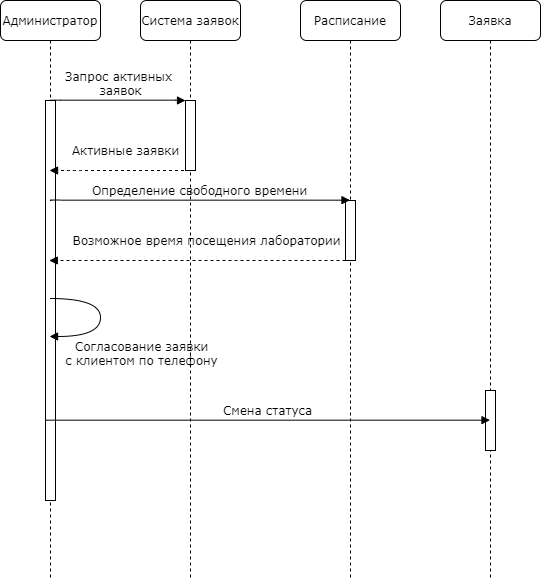
This is Process2.png from mariarheon/LaboratoryService, a draw.io export, as it was before one commit. Source tidied: cells renumbered, new cells last; positions are measured from the earlier drawing's top-left corner, leaving out a move shared by most shapes.
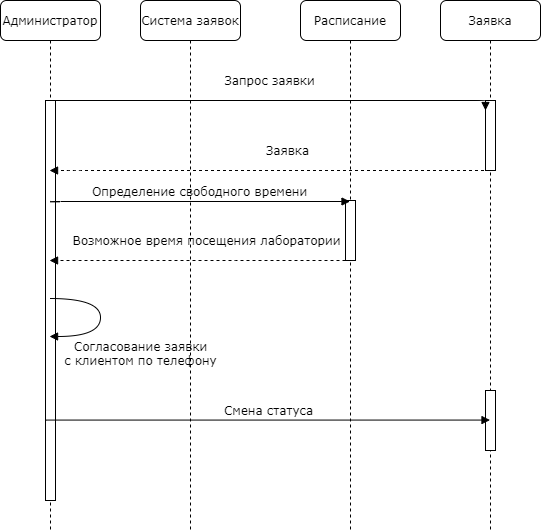
Above is the later version.

What changed in the source:
```diff
@@ -3,30 +3,33 @@
     <mxCell id="0" />
     <mxCell id="1" parent="0" />
     <mxCell id="2" value="Система заявок" style="shape=umlLifeline;perimeter=lifelinePerimeter;whiteSpace=wrap;html=1;outlineConnect=0;rounded=1;shadow=0;comic=0;labelBackgroundColor=none;strokeWidth=1;fontFamily=Verdana;fontSize=12;align=center;" parent="1" vertex="1">
-      <mxGeometry x="140" width="100" height="580" as="geometry" />
+      <mxGeometry x="140" width="100" height="530" as="geometry" />
     </mxCell>
-    <mxCell id="3" style="html=1;points=[];perimeter=orthogonalPerimeter;rounded=0;shadow=0;comic=0;labelBackgroundColor=none;strokeColor=#000000;strokeWidth=1;fillColor=#FFFFFF;fontFamily=Verdana;fontSize=12;fontColor=#000000;align=center;" parent="2" vertex="1">
-      <mxGeometry x="45" y="100" width="10" height="70" as="geometry" />
+    <mxCell id="3" value="Расписание" style="shape=umlLifeline;perimeter=lifelinePerimeter;whiteSpace=wrap;html=1;outlineConnect=0;rounded=1;shadow=0;comic=0;labelBackgroundColor=none;strokeWidth=1;fontFamily=Verdana;fontSize=12;align=center;" parent="1" vertex="1">
+      <mxGeometry x="300" width="100" height="530" as="geometry" />
     </mxCell>
-    <mxCell id="4" value="Расписание" style="shape=umlLifeline;perimeter=lifelinePerimeter;whiteSpace=wrap;html=1;outlineConnect=0;rounded=1;shadow=0;comic=0;labelBackgroundColor=none;strokeWidth=1;fontFamily=Verdana;fontSize=12;align=center;" parent="1" vertex="1">
-      <mxGeometry x="300" width="100" height="580" as="geometry" />
+    <mxCell id="4" value="Заявка" style="shape=umlLifeline;perimeter=lifelinePerimeter;whiteSpace=wrap;html=1;outlineConnect=0;rounded=1;shadow=0;comic=0;labelBackgroundColor=none;strokeWidth=1;fontFamily=Verdana;fontSize=12;align=center;" parent="1" vertex="1">
+      <mxGeometry x="440" width="100" height="530" as="geometry" />
     </mxCell>
-    <mxCell id="5" value="Заявка" style="shape=umlLifeline;perimeter=lifelinePerimeter;whiteSpace=wrap;html=1;outlineConnect=0;rounded=1;shadow=0;comic=0;labelBackgroundColor=none;strokeWidth=1;fontFamily=Verdana;fontSize=12;align=center;" parent="1" vertex="1">
-      <mxGeometry x="440" width="100" height="580" as="geometry" />
+    <mxCell id="5" style="html=1;points=[];perimeter=orthogonalPerimeter;rounded=0;shadow=0;comic=0;labelBackgroundColor=none;strokeColor=#000000;strokeWidth=1;fillColor=#FFFFFF;fontFamily=Verdana;fontSize=12;fontColor=#000000;align=center;" parent="4" vertex="1">
+      <mxGeometry x="45" y="390" width="10" height="60" as="geometry" />
     </mxCell>
-    <mxCell id="6" style="html=1;perimeter=orthogonalPerimeter;rounded=0;shadow=0;comic=0;labelBackgroundColor=none;strokeColor=#000000;strokeWidth=1;fillColor=#FFFFFF;fontFamily=Verdana;fontSize=12;fontColor=#000000;align=center;" parent="5" vertex="1">
-      <mxGeometry x="45" y="390" width="10" height="60" as="geometry" />
+    <mxCell id="6" style="html=1;perimeter=orthogonalPerimeter;rounded=0;shadow=0;comic=0;labelBackgroundColor=none;strokeColor=#000000;strokeWidth=1;fillColor=#FFFFFF;fontFamily=Verdana;fontSize=12;fontColor=#000000;align=center;" parent="4" vertex="1">
+      <mxGeometry x="45" y="100" width="10" height="70" as="geometry" />
     </mxCell>
-    <mxCell id="7" value="Администратор" style="shape=umlLifeline;perimeter=lifelinePerimeter;whiteSpace=wrap;html=1;outlineConnect=0;rounded=1;shadow=0;comic=0;labelBackgroundColor=none;strokeWidth=1;fontFamily=Verdana;fontSize=12;align=center;" parent="1" vertex="1">
-      <mxGeometry width="100" height="580" as="geometry" />
+    <mxCell id="7" value="Запрос заявки" style="html=1;verticalAlign=bottom;endArrow=block;entryX=0;entryY=0;labelBackgroundColor=none;fontFamily=Verdana;fontSize=12;edgeStyle=elbowEdgeStyle;elbow=vertical;" parent="4" edge="1" source="8">
+      <mxGeometry x="-0.01" y="10" relative="1" as="geometry">
+        <mxPoint x="45" y="110" as="targetPoint" />
+        <Array as="points">
+          <mxPoint x="10" y="100" />
+        </Array>
+      </mxGeometry>
     </mxCell>
-    <mxCell id="8" style="html=1;points=[];perimeter=orthogonalPerimeter;rounded=0;shadow=0;comic=0;labelBackgroundColor=none;strokeWidth=1;fontFamily=Verdana;fontSize=12;align=center;" parent="7" vertex="1">
-      <mxGeometry x="45" y="100" width="10" height="400" as="geometry" />
+    <mxCell id="8" value="Администратор" style="shape=umlLifeline;perimeter=lifelinePerimeter;whiteSpace=wrap;html=1;outlineConnect=0;rounded=1;shadow=0;comic=0;labelBackgroundColor=none;strokeWidth=1;fontFamily=Verdana;fontSize=12;align=center;" parent="1" vertex="1">
+      <mxGeometry width="100" height="530" as="geometry" />
     </mxCell>
-    <mxCell id="9" value="Запрос активных&lt;br&gt;&amp;nbsp;заявок" style="html=1;verticalAlign=bottom;endArrow=block;entryX=0;entryY=0;labelBackgroundColor=none;fontFamily=Verdana;fontSize=12;edgeStyle=elbowEdgeStyle;elbow=vertical;" parent="1" edge="1" source="8">
-      <mxGeometry relative="1" as="geometry">
-        <mxPoint x="185" y="100" as="targetPoint" />
-      </mxGeometry>
+    <mxCell id="9" style="html=1;perimeter=orthogonalPerimeter;rounded=0;shadow=0;comic=0;labelBackgroundColor=none;strokeWidth=1;fontFamily=Verdana;fontSize=12;align=center;" parent="8" vertex="1">
+      <mxGeometry x="45" y="100" width="10" height="400" as="geometry" />
     </mxCell>
     <mxCell id="10" value="Согласование заявки&lt;br&gt;с клиентом по телефону" style="html=1;verticalAlign=bottom;endArrow=block;labelBackgroundColor=none;fontFamily=Verdana;fontSize=12;elbow=vertical;edgeStyle=orthogonalEdgeStyle;curved=1;" parent="1" edge="1">
       <mxGeometry x="0.27" y="52" relative="1" as="geometry">
@@ -39,7 +42,7 @@
         <mxPoint x="40" y="-18" as="offset" />
       </mxGeometry>
     </mxCell>
-    <mxCell id="11" value="Активные заявки&lt;br&gt;" style="html=1;verticalAlign=bottom;endArrow=block;labelBackgroundColor=none;fontFamily=Verdana;fontSize=12;edgeStyle=elbowEdgeStyle;dashed=1;elbow=vertical;" parent="1" edge="1" source="2">
+    <mxCell id="11" value="Заявка" style="html=1;verticalAlign=bottom;endArrow=block;labelBackgroundColor=none;fontFamily=Verdana;fontSize=12;edgeStyle=elbowEdgeStyle;dashed=1;elbow=vertical;" parent="1" edge="1" source="4">
       <mxGeometry x="-0.08" y="-10" relative="1" as="geometry">
         <mxPoint x="49.1" y="170" as="targetPoint" />
         <Array as="points">
@@ -50,12 +53,12 @@
     <mxCell id="12" style="html=1;perimeter=orthogonalPerimeter;rounded=0;shadow=0;comic=0;labelBackgroundColor=none;strokeColor=#000000;strokeWidth=1;fillColor=#FFFFFF;fontFamily=Verdana;fontSize=12;fontColor=#000000;align=center;" parent="1" vertex="1">
       <mxGeometry x="345" y="200" width="10" height="60" as="geometry" />
     </mxCell>
-    <mxCell id="13" value="Определение свободного времени" style="html=1;verticalAlign=bottom;endArrow=block;labelBackgroundColor=none;fontFamily=Verdana;fontSize=12;edgeStyle=elbowEdgeStyle;elbow=vertical;" parent="1" edge="1" target="4">
+    <mxCell id="13" value="Определение свободного времени" style="html=1;verticalAlign=bottom;endArrow=block;labelBackgroundColor=none;fontFamily=Verdana;fontSize=12;edgeStyle=elbowEdgeStyle;elbow=vertical;" parent="1" edge="1" target="3">
       <mxGeometry relative="1" as="geometry">
         <mxPoint x="50" y="200.4" as="sourcePoint" />
       </mxGeometry>
     </mxCell>
-    <mxCell id="14" value="Возможное время посещения лаборатории&amp;nbsp;" style="html=1;verticalAlign=bottom;endArrow=block;labelBackgroundColor=none;fontFamily=Verdana;fontSize=12;edgeStyle=elbowEdgeStyle;dashed=1;elbow=vertical;" parent="1" edge="1" target="7">
+    <mxCell id="14" value="Возможное время посещения лаборатории&amp;nbsp;" style="html=1;verticalAlign=bottom;endArrow=block;labelBackgroundColor=none;fontFamily=Verdana;fontSize=12;edgeStyle=elbowEdgeStyle;dashed=1;elbow=vertical;" parent="1" edge="1" target="8">
       <mxGeometry x="-0.08" y="-10" relative="1" as="geometry">
         <mxPoint x="345" y="260" as="sourcePoint" />
         <Array as="points">
@@ -63,7 +66,7 @@
         </Array>
       </mxGeometry>
     </mxCell>
-    <mxCell id="15" value="Смена статуса" style="html=1;verticalAlign=bottom;endArrow=block;labelBackgroundColor=none;fontFamily=Verdana;fontSize=12;edgeStyle=elbowEdgeStyle;elbow=vertical;" parent="1" edge="1" target="5">
+    <mxCell id="15" value="Смена статуса" style="html=1;verticalAlign=bottom;endArrow=block;labelBackgroundColor=none;fontFamily=Verdana;fontSize=12;edgeStyle=elbowEdgeStyle;elbow=vertical;" parent="1" edge="1" target="4">
       <mxGeometry relative="1" as="geometry">
         <mxPoint x="45.5" y="420" as="sourcePoint" />
       </mxGeometry>
```
